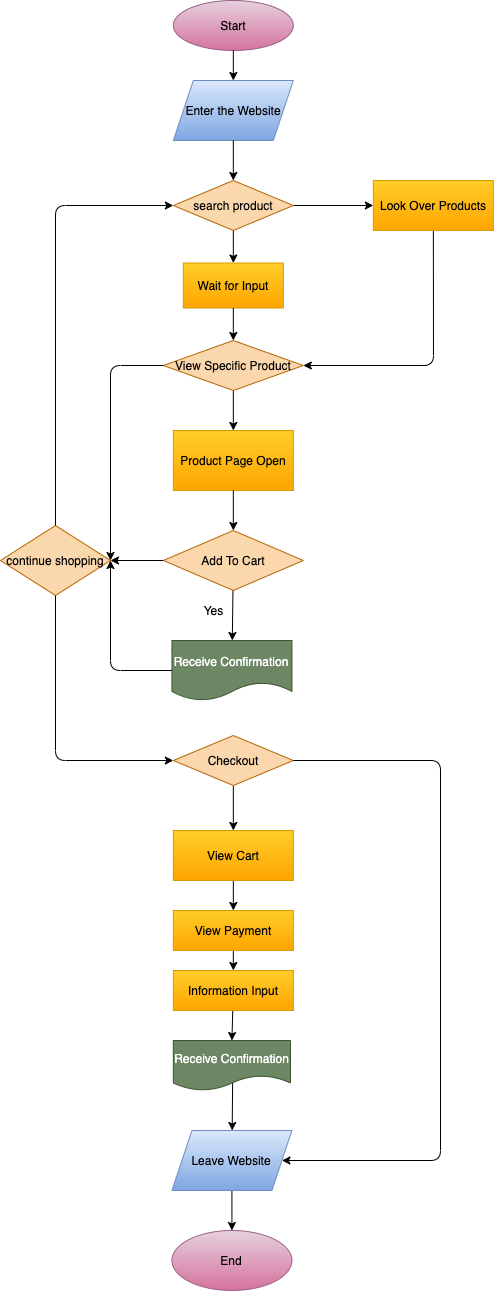
The draw.io diagram explore/diagramming/diagram.drawio.png in scottieboyzhang/fa22-cse110-lab4, before a commit. Source tidied: cells renumbered, new cells last; positions are measured from the earlier drawing's top-left corner, leaving out a move shared by most shapes. Its diagram source:
```xml
<mxGraphModel>
  <root>
    <mxCell id="0" />
    <mxCell id="1" parent="0" />
    <mxCell id="2" value="Start" style="ellipse;whiteSpace=wrap;html=1;fillColor=#e6d0de;strokeColor=#996185;gradientColor=#d5739d;" parent="1" vertex="1">
      <mxGeometry x="172.8" width="120" height="50" as="geometry" />
    </mxCell>
    <mxCell id="3" style="endArrow=classic;html=1;exitX=0.5;exitY=1;exitDx=0;exitDy=0;fontColor=#030303;entryX=0.5;entryY=0;entryDx=0;entryDy=0;" parent="1" edge="1" source="2" target="37">
      <mxGeometry relative="1" as="geometry" />
    </mxCell>
    <mxCell id="4" style="edgeStyle=none;html=1;fontColor=#030303;" parent="1" edge="1" source="6" target="7">
      <mxGeometry relative="1" as="geometry" />
    </mxCell>
    <mxCell id="5" style="edgeStyle=none;html=1;fontColor=#030303;" parent="1" edge="1" source="6" target="10">
      <mxGeometry relative="1" as="geometry" />
    </mxCell>
    <mxCell id="6" value="search product" style="rhombus;whiteSpace=wrap;html=1;fillColor=#fad7ac;strokeColor=#b46504;fontColor=#030303;" parent="1" vertex="1">
      <mxGeometry x="172.8" y="180" width="120" height="50" as="geometry" />
    </mxCell>
    <mxCell id="7" value="Wait for Input" style="whiteSpace=wrap;html=1;fillColor=#ffcd28;strokeColor=#d79b00;gradientColor=#ffa500;" parent="1" vertex="1">
      <mxGeometry x="182.8" y="262.5" width="100" height="45" as="geometry" />
    </mxCell>
    <mxCell id="8" value="&lt;font color=&quot;#ffffff&quot;&gt;No&lt;/font&gt;" style="text;html=1;strokeColor=none;fillColor=none;align=center;verticalAlign=middle;whiteSpace=wrap;rounded=0;fontColor=#030303;" parent="1" vertex="1">
      <mxGeometry x="292.8" y="180" width="60" height="30" as="geometry" />
    </mxCell>
    <mxCell id="9" style="edgeStyle=none;html=1;fontColor=#030303;" parent="1" edge="1" source="10" target="13">
      <mxGeometry relative="1" as="geometry">
        <Array as="points">
          <mxPoint x="433" y="365" />
        </Array>
      </mxGeometry>
    </mxCell>
    <mxCell id="10" value="Look Over Products" style="whiteSpace=wrap;html=1;fillColor=#ffcd28;gradientColor=#ffa500;strokeColor=#d79b00;gradientDirection=south;" parent="1" vertex="1">
      <mxGeometry x="372.8" y="180" width="120" height="50" as="geometry" />
    </mxCell>
    <mxCell id="11" value="&lt;font color=&quot;#ffffff&quot;&gt;Yes&lt;/font&gt;" style="text;html=1;strokeColor=none;fillColor=none;align=center;verticalAlign=middle;whiteSpace=wrap;rounded=0;fontColor=#030303;" parent="1" vertex="1">
      <mxGeometry x="182.8" y="227.5" width="60" height="30" as="geometry" />
    </mxCell>
    <mxCell id="12" style="edgeStyle=none;html=1;fontColor=#030303;" parent="1" edge="1" source="13" target="14">
      <mxGeometry relative="1" as="geometry" />
    </mxCell>
    <mxCell id="13" value="&lt;font color=&quot;#000000&quot;&gt;View Specific Product&lt;/font&gt;" style="rhombus;whiteSpace=wrap;html=1;fillColor=#fad7ac;strokeColor=#b46504;" parent="1" vertex="1">
      <mxGeometry x="162.8" y="340" width="140" height="50" as="geometry" />
    </mxCell>
    <mxCell id="14" value="Product Page Open" style="whiteSpace=wrap;html=1;fillColor=#ffcd28;strokeColor=#d79b00;gradientColor=#ffa500;" parent="1" vertex="1">
      <mxGeometry x="172.8" y="430" width="120" height="60" as="geometry" />
    </mxCell>
    <mxCell id="15" style="edgeStyle=none;html=1;fontColor=#030303;entryX=1;entryY=0.5;entryDx=0;entryDy=0;" parent="1" edge="1" source="17" target="19">
      <mxGeometry relative="1" as="geometry" />
    </mxCell>
    <mxCell id="16" style="edgeStyle=none;html=1;fontColor=#FFFFFF;" parent="1" edge="1" source="17" target="42">
      <mxGeometry relative="1" as="geometry" />
    </mxCell>
    <mxCell id="17" value="&lt;font color=&quot;#000000&quot;&gt;Add To Cart&lt;/font&gt;" style="rhombus;whiteSpace=wrap;html=1;fillColor=#fad7ac;strokeColor=#b46504;" parent="1" vertex="1">
      <mxGeometry x="162.8" y="530" width="140" height="60" as="geometry" />
    </mxCell>
    <mxCell id="18" value="&lt;font color=&quot;#ffffff&quot;&gt;Yes&lt;/font&gt;" style="text;html=1;align=center;verticalAlign=middle;strokeColor=none;fillColor=none;fontColor=#030303;" parent="1" vertex="1">
      <mxGeometry x="192.8" y="400" width="40" height="20" as="geometry" />
    </mxCell>
    <mxCell id="19" value="&lt;font color=&quot;#000000&quot;&gt;continue shopping&lt;/font&gt;" style="rhombus;whiteSpace=wrap;html=1;fillColor=#fad7ac;strokeColor=#b46504;" parent="1" vertex="1">
      <mxGeometry y="525" width="110" height="70" as="geometry" />
    </mxCell>
    <mxCell id="20" value="Yes" style="text;html=1;align=center;verticalAlign=middle;strokeColor=none;fillColor=none;" parent="1" vertex="1">
      <mxGeometry x="192.8" y="600" width="40" height="20" as="geometry" />
    </mxCell>
    <mxCell id="21" style="edgeStyle=none;html=1;fontColor=#030303;" parent="1" edge="1" source="22" target="25">
      <mxGeometry relative="1" as="geometry" />
    </mxCell>
    <mxCell id="22" value="&lt;font color=&quot;#000000&quot;&gt;Checkout&lt;/font&gt;" style="rhombus;whiteSpace=wrap;html=1;fillColor=#fad7ac;strokeColor=#b46504;" parent="1" vertex="1">
      <mxGeometry x="172.8" y="735" width="120" height="50" as="geometry" />
    </mxCell>
    <mxCell id="23" style="endArrow=classic;html=1;exitX=1;exitY=0.5;exitDx=0;exitDy=0;fontColor=#030303;entryX=1;entryY=0.5;entryDx=0;entryDy=0;" parent="1" edge="1" source="22" target="32">
      <mxGeometry relative="1" as="geometry">
        <Array as="points">
          <mxPoint x="440" y="760" />
          <mxPoint x="440" y="1160" />
        </Array>
      </mxGeometry>
    </mxCell>
    <mxCell id="24" style="edgeStyle=none;html=1;fontColor=#030303;" parent="1" edge="1" source="25" target="27">
      <mxGeometry relative="1" as="geometry" />
    </mxCell>
    <mxCell id="25" value="View Cart" style="whiteSpace=wrap;html=1;fillColor=#ffcd28;gradientColor=#ffa500;strokeColor=#d79b00;" parent="1" vertex="1">
      <mxGeometry x="172.8" y="830" width="120" height="50" as="geometry" />
    </mxCell>
    <mxCell id="26" style="edgeStyle=none;html=1;fontColor=#030303;" parent="1" edge="1" source="27" target="29">
      <mxGeometry relative="1" as="geometry" />
    </mxCell>
    <mxCell id="27" value="View Payment" style="whiteSpace=wrap;html=1;fillColor=#ffcd28;gradientColor=#ffa500;strokeColor=#d79b00;" parent="1" vertex="1">
      <mxGeometry x="172.8" y="910" width="120" height="40" as="geometry" />
    </mxCell>
    <mxCell id="28" style="edgeStyle=none;html=1;fontColor=#030303;entryX=0.5;entryY=0;entryDx=0;entryDy=0;" parent="1" edge="1" source="29" target="46">
      <mxGeometry relative="1" as="geometry" />
    </mxCell>
    <mxCell id="29" value="Information Input" style="whiteSpace=wrap;html=1;fillColor=#ffcd28;gradientColor=#ffa500;strokeColor=#d79b00;" parent="1" vertex="1">
      <mxGeometry x="172.8" y="970" width="120" height="40" as="geometry" />
    </mxCell>
    <mxCell id="30" style="edgeStyle=none;html=1;fontColor=#030303;exitX=0.506;exitY=0.84;exitDx=0;exitDy=0;exitPerimeter=0;" parent="1" edge="1" source="46" target="32">
      <mxGeometry relative="1" as="geometry" />
    </mxCell>
    <mxCell id="31" style="edgeStyle=none;html=1;fontColor=#030303;" parent="1" edge="1" source="32" target="33">
      <mxGeometry relative="1" as="geometry" />
    </mxCell>
    <mxCell id="32" value="Leave Website" style="shape=parallelogram;perimeter=parallelogramPerimeter;whiteSpace=wrap;html=1;fixedSize=1;fillColor=#dae8fc;gradientColor=#7ea6e0;strokeColor=#6c8ebf;" parent="1" vertex="1">
      <mxGeometry x="171.4" y="1130" width="120" height="60" as="geometry" />
    </mxCell>
    <mxCell id="33" value="End" style="ellipse;whiteSpace=wrap;html=1;fillColor=#e6d0de;strokeColor=#996185;gradientColor=#d5739d;" parent="1" vertex="1">
      <mxGeometry x="171.4" y="1230" width="120" height="60" as="geometry" />
    </mxCell>
    <mxCell id="34" value="No" style="text;html=1;align=center;verticalAlign=middle;strokeColor=none;fillColor=none;fontColor=#FFFFFF;" parent="1" vertex="1">
      <mxGeometry x="322.8" y="735" width="30" height="20" as="geometry" />
    </mxCell>
    <mxCell id="35" value="No" style="text;html=1;align=center;verticalAlign=middle;strokeColor=none;fillColor=none;fontColor=#FFFFFF;" parent="1" vertex="1">
      <mxGeometry x="130" y="540" width="30" height="20" as="geometry" />
    </mxCell>
    <mxCell id="36" value="Yes" style="text;html=1;align=center;verticalAlign=middle;strokeColor=none;fillColor=none;fontColor=#FFFFFF;" parent="1" vertex="1">
      <mxGeometry x="15" y="490" width="40" height="20" as="geometry" />
    </mxCell>
    <mxCell id="37" value="Enter the Website" style="shape=parallelogram;perimeter=parallelogramPerimeter;whiteSpace=wrap;html=1;fixedSize=1;fillColor=#dae8fc;gradientDirection=south;gradientColor=#7ea6e0;strokeColor=#6c8ebf;" parent="1" vertex="1">
      <mxGeometry x="172.8" y="80" width="120" height="60" as="geometry" />
    </mxCell>
    <mxCell id="38" style="endArrow=classic;html=1;fontColor=#FFFFFF;entryX=0.5;entryY=0;entryDx=0;entryDy=0;exitX=0.5;exitY=1;exitDx=0;exitDy=0;" parent="1" edge="1" source="37" target="6">
      <mxGeometry relative="1" as="geometry" />
    </mxCell>
    <mxCell id="39" style="endArrow=classic;html=1;fontColor=#FFFFFF;entryX=0.5;entryY=0;entryDx=0;entryDy=0;exitX=0.5;exitY=1;exitDx=0;exitDy=0;" parent="1" edge="1" source="7" target="13">
      <mxGeometry relative="1" as="geometry" />
    </mxCell>
    <mxCell id="40" value="No" style="text;html=1;align=center;verticalAlign=middle;strokeColor=none;fillColor=none;fontColor=#FFFFFF;" parent="1" vertex="1">
      <mxGeometry x="20" y="620" width="30" height="20" as="geometry" />
    </mxCell>
    <mxCell id="41" style="endArrow=classic;html=1;fontColor=#FFFFFF;exitX=0.5;exitY=1;exitDx=0;exitDy=0;" parent="1" edge="1" source="14" target="17">
      <mxGeometry relative="1" as="geometry" />
    </mxCell>
    <mxCell id="42" value="Receive Confirmation" style="shape=document;whiteSpace=wrap;html=1;boundedLbl=1;fillColor=#6d8764;strokeColor=#3A5431;fontColor=#ffffff;" parent="1" vertex="1">
      <mxGeometry x="171.4" y="640" width="120" height="60" as="geometry" />
    </mxCell>
    <mxCell id="43" style="endArrow=classic;html=1;fontColor=#FFFFFF;exitX=0.5;exitY=0;exitDx=0;exitDy=0;entryX=0;entryY=0.5;entryDx=0;entryDy=0;" parent="1" edge="1" source="19" target="6">
      <mxGeometry relative="1" as="geometry">
        <Array as="points">
          <mxPoint x="55" y="205" />
        </Array>
      </mxGeometry>
    </mxCell>
    <mxCell id="44" style="endArrow=classic;html=1;fontColor=#FFFFFF;exitX=0.5;exitY=1;exitDx=0;exitDy=0;entryX=0;entryY=0.5;entryDx=0;entryDy=0;" parent="1" edge="1" source="19" target="22">
      <mxGeometry relative="1" as="geometry">
        <Array as="points">
          <mxPoint x="55" y="760" />
        </Array>
      </mxGeometry>
    </mxCell>
    <mxCell id="45" style="endArrow=classic;html=1;fontColor=#FFFFFF;exitX=0;exitY=0.5;exitDx=0;exitDy=0;entryX=1;entryY=0.5;entryDx=0;entryDy=0;" parent="1" edge="1" source="42" target="19">
      <mxGeometry relative="1" as="geometry">
        <Array as="points">
          <mxPoint x="110" y="670" />
        </Array>
      </mxGeometry>
    </mxCell>
    <mxCell id="46" value="Receive Confirmation" style="shape=document;whiteSpace=wrap;html=1;boundedLbl=1;fontColor=#ffffff;fillColor=#6d8764;gradientDirection=south;strokeColor=#3A5431;" parent="1" vertex="1">
      <mxGeometry x="172.8" y="1040" width="117.2" height="50" as="geometry" />
    </mxCell>
    <mxCell id="47" value="Yes" style="text;html=1;align=center;verticalAlign=middle;strokeColor=none;fillColor=none;fontColor=#FFFFFF;" parent="1" vertex="1">
      <mxGeometry x="232.8" y="785" width="40" height="20" as="geometry" />
    </mxCell>
    <mxCell id="48" style="endArrow=classic;html=1;fontColor=#FFFFFF;entryX=1;entryY=0.5;entryDx=0;entryDy=0;exitX=0;exitY=0.5;exitDx=0;exitDy=0;" parent="1" edge="1" source="13" target="19">
      <mxGeometry relative="1" as="geometry">
        <Array as="points">
          <mxPoint x="110" y="365" />
        </Array>
      </mxGeometry>
    </mxCell>
    <mxCell id="49" value="No" style="text;html=1;align=center;verticalAlign=middle;strokeColor=none;fillColor=none;fontColor=#FFFFFF;" parent="1" vertex="1">
      <mxGeometry x="125" y="340" width="30" height="20" as="geometry" />
    </mxCell>
  </root>
</mxGraphModel>
```
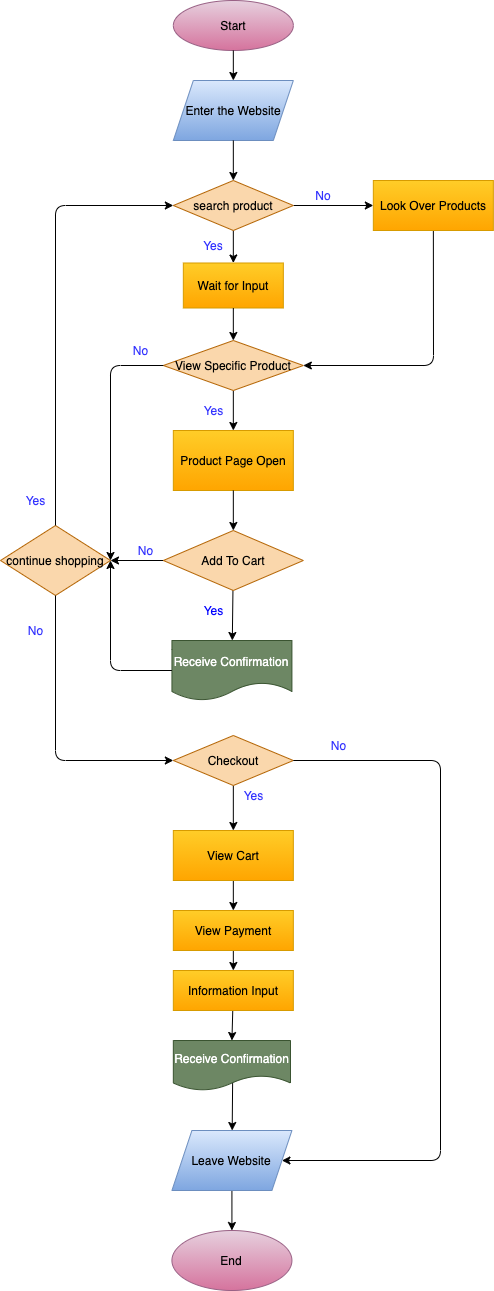
After the commit.

What changed in the source:
```diff
@@ -20,7 +20,7 @@
     <mxCell id="7" value="Wait for Input" style="whiteSpace=wrap;html=1;fillColor=#ffcd28;strokeColor=#d79b00;gradientColor=#ffa500;" parent="1" vertex="1">
       <mxGeometry x="182.8" y="262.5" width="100" height="45" as="geometry" />
     </mxCell>
-    <mxCell id="8" value="&lt;font color=&quot;#ffffff&quot;&gt;No&lt;/font&gt;" style="text;html=1;strokeColor=none;fillColor=none;align=center;verticalAlign=middle;whiteSpace=wrap;rounded=0;fontColor=#030303;" parent="1" vertex="1">
+    <mxCell id="8" value="&lt;font&gt;No&lt;/font&gt;" style="text;html=1;strokeColor=none;fillColor=none;align=center;verticalAlign=middle;whiteSpace=wrap;rounded=0;fontColor=#3333FF;" parent="1" vertex="1">
       <mxGeometry x="292.8" y="180" width="60" height="30" as="geometry" />
     </mxCell>
     <mxCell id="9" style="edgeStyle=none;html=1;fontColor=#030303;" parent="1" edge="1" source="10" target="13">
@@ -33,8 +33,8 @@
     <mxCell id="10" value="Look Over Products" style="whiteSpace=wrap;html=1;fillColor=#ffcd28;gradientColor=#ffa500;strokeColor=#d79b00;gradientDirection=south;" parent="1" vertex="1">
       <mxGeometry x="372.8" y="180" width="120" height="50" as="geometry" />
     </mxCell>
-    <mxCell id="11" value="&lt;font color=&quot;#ffffff&quot;&gt;Yes&lt;/font&gt;" style="text;html=1;strokeColor=none;fillColor=none;align=center;verticalAlign=middle;whiteSpace=wrap;rounded=0;fontColor=#030303;" parent="1" vertex="1">
-      <mxGeometry x="182.8" y="227.5" width="60" height="30" as="geometry" />
+    <mxCell id="11" value="&lt;font&gt;Yes&lt;/font&gt;" style="text;html=1;strokeColor=none;fillColor=none;align=center;verticalAlign=middle;whiteSpace=wrap;rounded=0;fontColor=#3333FF;" parent="1" vertex="1">
+      <mxGeometry x="182.8" y="230" width="60" height="30" as="geometry" />
     </mxCell>
     <mxCell id="12" style="edgeStyle=none;html=1;fontColor=#030303;" parent="1" edge="1" source="13" target="14">
       <mxGeometry relative="1" as="geometry" />
@@ -45,7 +45,7 @@
     <mxCell id="14" value="Product Page Open" style="whiteSpace=wrap;html=1;fillColor=#ffcd28;strokeColor=#d79b00;gradientColor=#ffa500;" parent="1" vertex="1">
       <mxGeometry x="172.8" y="430" width="120" height="60" as="geometry" />
     </mxCell>
-    <mxCell id="15" style="edgeStyle=none;html=1;fontColor=#030303;entryX=1;entryY=0.5;entryDx=0;entryDy=0;" parent="1" edge="1" source="17" target="19">
+    <mxCell id="15" style="edgeStyle=none;html=1;fontColor=#3333FF;entryX=1;entryY=0.5;entryDx=0;entryDy=0;" parent="1" edge="1" source="17" target="19">
       <mxGeometry relative="1" as="geometry" />
     </mxCell>
     <mxCell id="16" style="edgeStyle=none;html=1;fontColor=#FFFFFF;" parent="1" edge="1" source="17" target="42">
@@ -54,13 +54,13 @@
     <mxCell id="17" value="&lt;font color=&quot;#000000&quot;&gt;Add To Cart&lt;/font&gt;" style="rhombus;whiteSpace=wrap;html=1;fillColor=#fad7ac;strokeColor=#b46504;" parent="1" vertex="1">
       <mxGeometry x="162.8" y="530" width="140" height="60" as="geometry" />
     </mxCell>
-    <mxCell id="18" value="&lt;font color=&quot;#ffffff&quot;&gt;Yes&lt;/font&gt;" style="text;html=1;align=center;verticalAlign=middle;strokeColor=none;fillColor=none;fontColor=#030303;" parent="1" vertex="1">
+    <mxCell id="18" value="&lt;font&gt;Yes&lt;/font&gt;" style="text;html=1;align=center;verticalAlign=middle;strokeColor=none;fillColor=none;fontColor=#3333FF;" parent="1" vertex="1">
       <mxGeometry x="192.8" y="400" width="40" height="20" as="geometry" />
     </mxCell>
     <mxCell id="19" value="&lt;font color=&quot;#000000&quot;&gt;continue shopping&lt;/font&gt;" style="rhombus;whiteSpace=wrap;html=1;fillColor=#fad7ac;strokeColor=#b46504;" parent="1" vertex="1">
       <mxGeometry y="525" width="110" height="70" as="geometry" />
     </mxCell>
-    <mxCell id="20" value="Yes" style="text;html=1;align=center;verticalAlign=middle;strokeColor=none;fillColor=none;" parent="1" vertex="1">
+    <mxCell id="20" value="Yes" style="text;html=1;align=center;verticalAlign=middle;strokeColor=none;fillColor=none;fontColor=#0000FF;" parent="1" vertex="1">
       <mxGeometry x="192.8" y="600" width="40" height="20" as="geometry" />
     </mxCell>
     <mxCell id="21" style="edgeStyle=none;html=1;fontColor=#030303;" parent="1" edge="1" source="22" target="25">
@@ -107,13 +107,13 @@
     <mxCell id="33" value="End" style="ellipse;whiteSpace=wrap;html=1;fillColor=#e6d0de;strokeColor=#996185;gradientColor=#d5739d;" parent="1" vertex="1">
       <mxGeometry x="171.4" y="1230" width="120" height="60" as="geometry" />
     </mxCell>
-    <mxCell id="34" value="No" style="text;html=1;align=center;verticalAlign=middle;strokeColor=none;fillColor=none;fontColor=#FFFFFF;" parent="1" vertex="1">
+    <mxCell id="34" value="No" style="text;html=1;align=center;verticalAlign=middle;strokeColor=none;fillColor=none;fontColor=#3333FF;" parent="1" vertex="1">
       <mxGeometry x="322.8" y="735" width="30" height="20" as="geometry" />
     </mxCell>
-    <mxCell id="35" value="No" style="text;html=1;align=center;verticalAlign=middle;strokeColor=none;fillColor=none;fontColor=#FFFFFF;" parent="1" vertex="1">
+    <mxCell id="35" value="No" style="text;html=1;align=center;verticalAlign=middle;strokeColor=none;fillColor=none;fontColor=#3333FF;" parent="1" vertex="1">
       <mxGeometry x="130" y="540" width="30" height="20" as="geometry" />
     </mxCell>
-    <mxCell id="36" value="Yes" style="text;html=1;align=center;verticalAlign=middle;strokeColor=none;fillColor=none;fontColor=#FFFFFF;" parent="1" vertex="1">
+    <mxCell id="36" value="Yes" style="text;html=1;align=center;verticalAlign=middle;strokeColor=none;fillColor=none;fontColor=#3333FF;" parent="1" vertex="1">
       <mxGeometry x="15" y="490" width="40" height="20" as="geometry" />
     </mxCell>
     <mxCell id="37" value="Enter the Website" style="shape=parallelogram;perimeter=parallelogramPerimeter;whiteSpace=wrap;html=1;fixedSize=1;fillColor=#dae8fc;gradientDirection=south;gradientColor=#7ea6e0;strokeColor=#6c8ebf;" parent="1" vertex="1">
@@ -125,7 +125,7 @@
     <mxCell id="39" style="endArrow=classic;html=1;fontColor=#FFFFFF;entryX=0.5;entryY=0;entryDx=0;entryDy=0;exitX=0.5;exitY=1;exitDx=0;exitDy=0;" parent="1" edge="1" source="7" target="13">
       <mxGeometry relative="1" as="geometry" />
     </mxCell>
-    <mxCell id="40" value="No" style="text;html=1;align=center;verticalAlign=middle;strokeColor=none;fillColor=none;fontColor=#FFFFFF;" parent="1" vertex="1">
+    <mxCell id="40" value="No" style="text;html=1;align=center;verticalAlign=middle;strokeColor=none;fillColor=none;fontColor=#3333FF;labelBackgroundColor=none;" parent="1" vertex="1">
       <mxGeometry x="20" y="620" width="30" height="20" as="geometry" />
     </mxCell>
     <mxCell id="41" style="endArrow=classic;html=1;fontColor=#FFFFFF;exitX=0.5;exitY=1;exitDx=0;exitDy=0;" parent="1" edge="1" source="14" target="17">
@@ -158,7 +158,7 @@
     <mxCell id="46" value="Receive Confirmation" style="shape=document;whiteSpace=wrap;html=1;boundedLbl=1;fontColor=#ffffff;fillColor=#6d8764;gradientDirection=south;strokeColor=#3A5431;" parent="1" vertex="1">
       <mxGeometry x="172.8" y="1040" width="117.2" height="50" as="geometry" />
     </mxCell>
-    <mxCell id="47" value="Yes" style="text;html=1;align=center;verticalAlign=middle;strokeColor=none;fillColor=none;fontColor=#FFFFFF;" parent="1" vertex="1">
+    <mxCell id="47" value="Yes" style="text;html=1;align=center;verticalAlign=middle;strokeColor=none;fillColor=none;fontColor=#3333FF;" parent="1" vertex="1">
       <mxGeometry x="232.8" y="785" width="40" height="20" as="geometry" />
     </mxCell>
     <mxCell id="48" style="endArrow=classic;html=1;fontColor=#FFFFFF;entryX=1;entryY=0.5;entryDx=0;entryDy=0;exitX=0;exitY=0.5;exitDx=0;exitDy=0;" parent="1" edge="1" source="13" target="19">
@@ -168,7 +168,7 @@
         </Array>
       </mxGeometry>
     </mxCell>
-    <mxCell id="49" value="No" style="text;html=1;align=center;verticalAlign=middle;strokeColor=none;fillColor=none;fontColor=#FFFFFF;" parent="1" vertex="1">
+    <mxCell id="49" value="No" style="text;html=1;align=center;verticalAlign=middle;strokeColor=none;fillColor=none;fontColor=#3333FF;" parent="1" vertex="1">
       <mxGeometry x="125" y="340" width="30" height="20" as="geometry" />
     </mxCell>
   </root>
```
